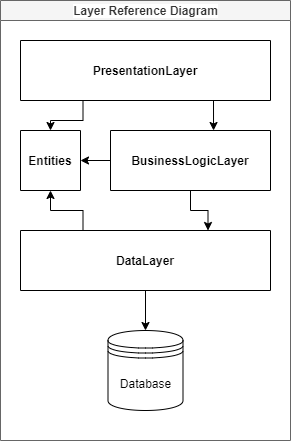
nmelihsensoy/LbryDot keeps this draw.io diagram as Layer_Reference_Diagram.png. Above is the earlier version. Source tidied: cells renumbered, new cells last; positions are measured from the earlier drawing's top-left corner, leaving out a move shared by most shapes. The source it was exported from:
```xml
<mxGraphModel>
  <root>
    <mxCell id="0" />
    <mxCell id="1" parent="0" />
    <mxCell id="2" value="Layer Reference Diagram" style="swimlane;html=1;startSize=20;horizontal=1;containerType=tree;glass=0;fillColor=#f5f5f5;strokeColor=#666666;fontColor=#333333;labelBackgroundColor=default;" parent="1" vertex="1">
      <mxGeometry width="290" height="440" as="geometry" />
    </mxCell>
    <mxCell id="3" style="edgeStyle=orthogonalEdgeStyle;rounded=0;jettySize=auto;html=1;exitX=0.75;exitY=1;exitDx=0;exitDy=0;entryX=0.644;entryY=0;entryDx=0;entryDy=0;entryPerimeter=0;" parent="2" edge="1" source="5" target="9">
      <mxGeometry relative="1" as="geometry" />
    </mxCell>
    <mxCell id="4" style="edgeStyle=orthogonalEdgeStyle;rounded=0;jettySize=auto;html=1;exitX=0.25;exitY=1;exitDx=0;exitDy=0;entryX=0.5;entryY=0;entryDx=0;entryDy=0;" parent="2" edge="1" source="5" target="6">
      <mxGeometry relative="1" as="geometry" />
    </mxCell>
    <mxCell id="5" value="PresentationLayer" style="swimlane;startSize=60;" parent="2" vertex="1">
      <mxGeometry x="20" y="40" width="250" height="60" as="geometry" />
    </mxCell>
    <mxCell id="6" value="Entities" style="swimlane;startSize=60;" parent="2" vertex="1">
      <mxGeometry x="20" y="130" width="60" height="60" as="geometry" />
    </mxCell>
    <mxCell id="7" style="edgeStyle=orthogonalEdgeStyle;rounded=0;jettySize=auto;html=1;exitX=0;exitY=0.5;exitDx=0;exitDy=0;entryX=1;entryY=0.5;entryDx=0;entryDy=0;" parent="2" edge="1" source="9" target="6">
      <mxGeometry relative="1" as="geometry" />
    </mxCell>
    <mxCell id="8" style="edgeStyle=orthogonalEdgeStyle;rounded=0;jettySize=auto;html=1;exitX=0.5;exitY=1;exitDx=0;exitDy=0;entryX=0.75;entryY=0;entryDx=0;entryDy=0;" parent="2" edge="1" source="9" target="12">
      <mxGeometry relative="1" as="geometry" />
    </mxCell>
    <mxCell id="9" value="BusinessLogicLayer" style="swimlane;startSize=60;" parent="2" vertex="1">
      <mxGeometry x="110" y="130" width="160" height="60" as="geometry" />
    </mxCell>
    <mxCell id="10" style="edgeStyle=orthogonalEdgeStyle;rounded=0;jettySize=auto;html=1;exitX=0.5;exitY=1;exitDx=0;exitDy=0;entryX=0.5;entryY=0;entryDx=0;entryDy=0;" parent="2" edge="1" source="12" target="13">
      <mxGeometry relative="1" as="geometry" />
    </mxCell>
    <mxCell id="11" style="edgeStyle=orthogonalEdgeStyle;rounded=0;jettySize=auto;html=1;exitX=0.25;exitY=0;exitDx=0;exitDy=0;entryX=0.5;entryY=1;entryDx=0;entryDy=0;" parent="2" edge="1" source="12" target="6">
      <mxGeometry relative="1" as="geometry" />
    </mxCell>
    <mxCell id="12" value="DataLayer" style="swimlane;startSize=60;" parent="2" vertex="1">
      <mxGeometry x="20" y="230" width="250" height="60" as="geometry" />
    </mxCell>
    <mxCell id="13" value="Database" style="shape=datastore;whiteSpace=wrap;html=1;" parent="2" vertex="1">
      <mxGeometry x="107.5" y="330" width="75" height="80" as="geometry" />
    </mxCell>
  </root>
</mxGraphModel>
```
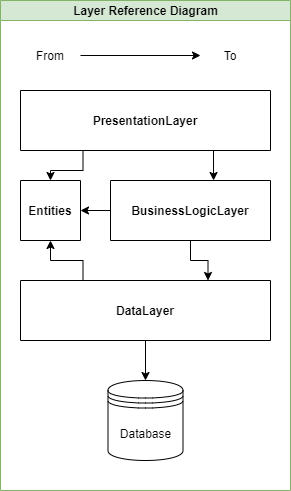
After the change.

Change to the diagram source:
```diff
@@ -1,9 +1,9 @@
-<mxGraphModel>
+<mxGraphModel background="#FFFFFF">
   <root>
     <mxCell id="0" />
     <mxCell id="1" parent="0" />
-    <mxCell id="2" value="Layer Reference Diagram" style="swimlane;html=1;startSize=20;horizontal=1;containerType=tree;glass=0;fillColor=#f5f5f5;strokeColor=#666666;fontColor=#333333;labelBackgroundColor=default;" parent="1" vertex="1">
-      <mxGeometry width="290" height="440" as="geometry" />
+    <mxCell id="2" value="Layer Reference Diagram" style="swimlane;html=1;startSize=20;horizontal=1;containerType=tree;glass=0;fillColor=#d5e8d4;strokeColor=#82b366;labelBackgroundColor=none;" parent="1" vertex="1">
+      <mxGeometry width="290" height="490" as="geometry" />
     </mxCell>
     <mxCell id="3" style="edgeStyle=orthogonalEdgeStyle;rounded=0;jettySize=auto;html=1;exitX=0.75;exitY=1;exitDx=0;exitDy=0;entryX=0.644;entryY=0;entryDx=0;entryDy=0;entryPerimeter=0;" parent="2" edge="1" source="5" target="9">
       <mxGeometry relative="1" as="geometry" />
@@ -12,10 +12,10 @@
       <mxGeometry relative="1" as="geometry" />
     </mxCell>
     <mxCell id="5" value="PresentationLayer" style="swimlane;startSize=60;" parent="2" vertex="1">
-      <mxGeometry x="20" y="40" width="250" height="60" as="geometry" />
+      <mxGeometry x="20" y="90" width="250" height="60" as="geometry" />
     </mxCell>
     <mxCell id="6" value="Entities" style="swimlane;startSize=60;" parent="2" vertex="1">
-      <mxGeometry x="20" y="130" width="60" height="60" as="geometry" />
+      <mxGeometry x="20" y="180" width="60" height="60" as="geometry" />
     </mxCell>
     <mxCell id="7" style="edgeStyle=orthogonalEdgeStyle;rounded=0;jettySize=auto;html=1;exitX=0;exitY=0.5;exitDx=0;exitDy=0;entryX=1;entryY=0.5;entryDx=0;entryDy=0;" parent="2" edge="1" source="9" target="6">
       <mxGeometry relative="1" as="geometry" />
@@ -24,7 +24,7 @@
       <mxGeometry relative="1" as="geometry" />
     </mxCell>
     <mxCell id="9" value="BusinessLogicLayer" style="swimlane;startSize=60;" parent="2" vertex="1">
-      <mxGeometry x="110" y="130" width="160" height="60" as="geometry" />
+      <mxGeometry x="110" y="180" width="160" height="60" as="geometry" />
     </mxCell>
     <mxCell id="10" style="edgeStyle=orthogonalEdgeStyle;rounded=0;jettySize=auto;html=1;exitX=0.5;exitY=1;exitDx=0;exitDy=0;entryX=0.5;entryY=0;entryDx=0;entryDy=0;" parent="2" edge="1" source="12" target="13">
       <mxGeometry relative="1" as="geometry" />
@@ -33,10 +33,19 @@
       <mxGeometry relative="1" as="geometry" />
     </mxCell>
     <mxCell id="12" value="DataLayer" style="swimlane;startSize=60;" parent="2" vertex="1">
-      <mxGeometry x="20" y="230" width="250" height="60" as="geometry" />
+      <mxGeometry x="20" y="280" width="250" height="60" as="geometry" />
     </mxCell>
     <mxCell id="13" value="Database" style="shape=datastore;whiteSpace=wrap;html=1;" parent="2" vertex="1">
-      <mxGeometry x="107.5" y="330" width="75" height="80" as="geometry" />
+      <mxGeometry x="107.5" y="380" width="75" height="80" as="geometry" />
     </mxCell>
+    <mxCell id="14" value="From" style="text;html=1;strokeColor=none;fillColor=none;align=center;verticalAlign=middle;whiteSpace=wrap;rounded=0;labelBackgroundColor=none;" parent="2" vertex="1">
+      <mxGeometry x="20" y="40" width="60" height="30" as="geometry" />
+    </mxCell>
+    <mxCell id="15" value="To" style="text;html=1;strokeColor=none;fillColor=none;align=center;verticalAlign=middle;whiteSpace=wrap;rounded=0;labelBackgroundColor=none;" parent="2" vertex="1">
+      <mxGeometry x="200" y="40" width="60" height="30" as="geometry" />
+    </mxCell>
+    <mxCell id="16" style="endArrow=classic;html=1;rounded=0;exitX=1;exitY=0.5;exitDx=0;exitDy=0;entryX=0;entryY=0.5;entryDx=0;entryDy=0;" parent="2" edge="1" source="14" target="15">
+      <mxGeometry relative="1" as="geometry" />
+    </mxCell>
   </root>
 </mxGraphModel>
```
